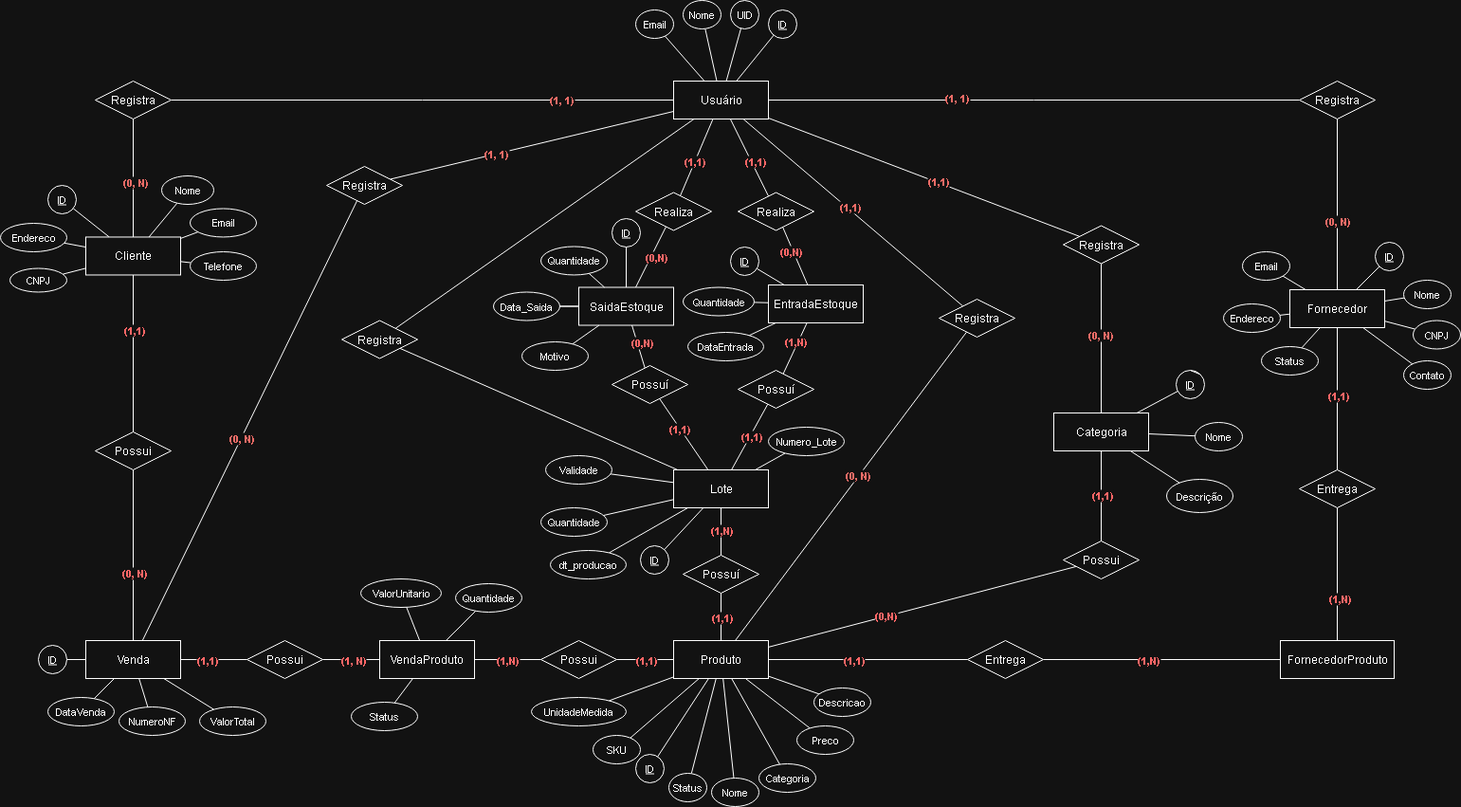
This is Docs/Modelagem/Modelagem Conceitual.png from FeMarquesSilva/ControleDeEstoque, a draw.io export, as it was before one commit. Source tidied: cells renumbered, new cells last; positions are measured from the earlier drawing's top-left corner, leaving out a move shared by most shapes.
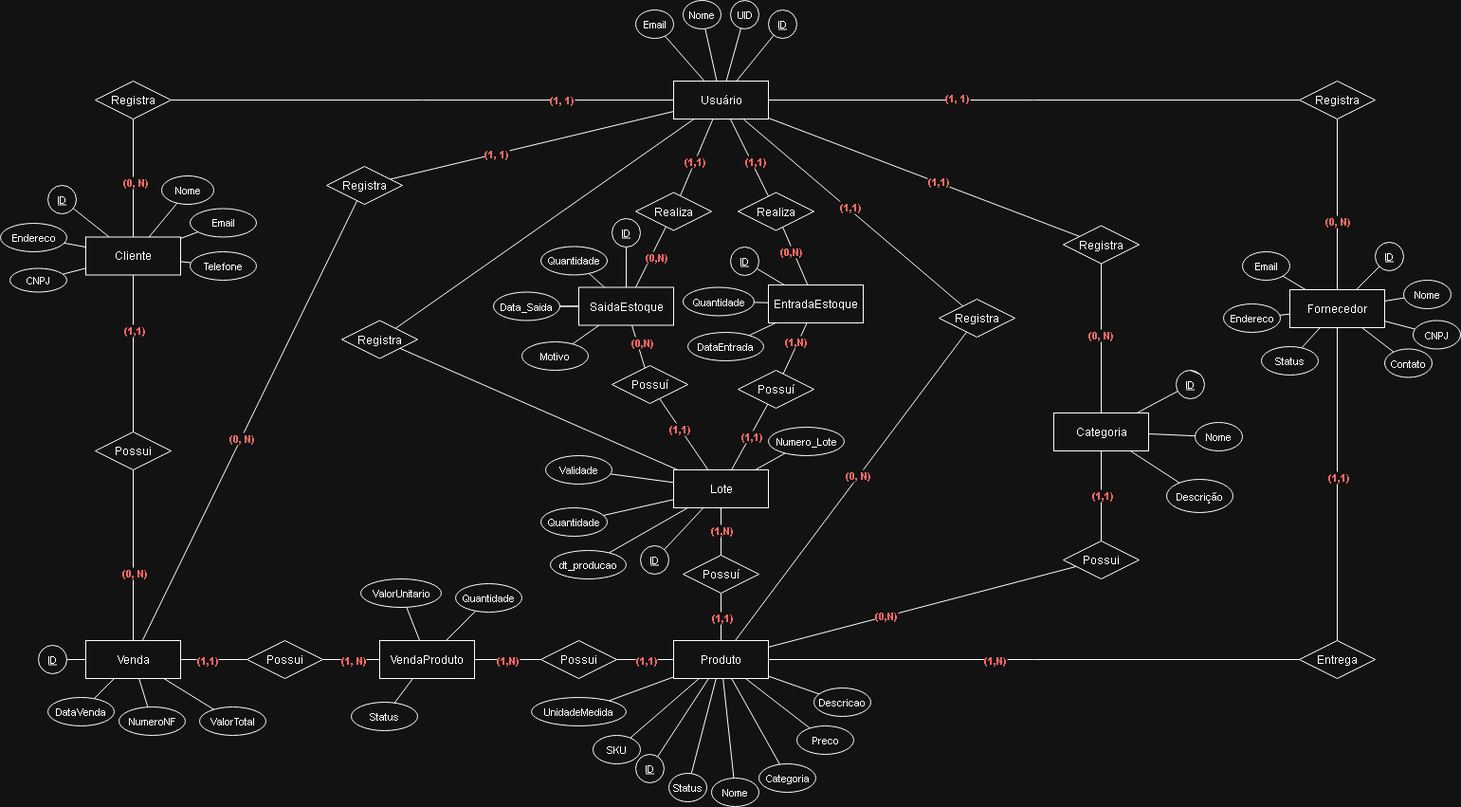
Above is the later version.

Diff of the diagram source:
```diff
@@ -37,10 +37,10 @@
     <mxCell id="12" value="&lt;b&gt;&lt;font style=&quot;color: light-dark(rgb(0, 0, 0), rgb(255, 102, 102));&quot;&gt;(1,1)&lt;/font&gt;&lt;/b&gt;" style="edgeLabel;html=1;align=center;verticalAlign=middle;fontFamily=Helvetica;fontSize=11;fontColor=default;labelBackgroundColor=default;" parent="11" vertex="1">
       <mxGeometry relative="1" as="geometry" />
     </mxCell>
-    <mxCell id="13" style="edgeStyle=none;shape=connector;rounded=0;jettySize=auto;html=1;strokeColor=default;align=center;verticalAlign=middle;fontFamily=Helvetica;fontSize=11;fontColor=default;labelBackgroundColor=default;endArrow=none;endFill=0;" parent="1" edge="1" source="18" target="176">
+    <mxCell id="13" style="edgeStyle=none;shape=connector;rounded=0;jettySize=auto;html=1;strokeColor=default;align=center;verticalAlign=middle;fontFamily=Helvetica;fontSize=11;fontColor=default;labelBackgroundColor=default;endArrow=none;endFill=0;" parent="1" edge="1" source="18" target="175">
       <mxGeometry relative="1" as="geometry" />
     </mxCell>
-    <mxCell id="14" value="&lt;b&gt;&lt;font style=&quot;color: light-dark(rgb(0, 0, 0), rgb(255, 102, 102));&quot;&gt;(1,1)&lt;/font&gt;&lt;/b&gt;" style="edgeLabel;html=1;align=center;verticalAlign=middle;fontFamily=Helvetica;fontSize=11;fontColor=default;labelBackgroundColor=default;" parent="13" vertex="1">
+    <mxCell id="14" value="&lt;b&gt;&lt;font style=&quot;color: light-dark(rgb(0, 0, 0), rgb(255, 102, 102));&quot;&gt;(1,N)&lt;/font&gt;&lt;/b&gt;" style="edgeLabel;html=1;align=center;verticalAlign=middle;fontFamily=Helvetica;fontSize=11;fontColor=default;labelBackgroundColor=default;" parent="13" vertex="1">
       <mxGeometry x="-0.15" relative="1" as="geometry" />
     </mxCell>
     <mxCell id="15" style="edgeStyle=none;shape=connector;rounded=0;jettySize=auto;html=1;strokeColor=default;align=center;verticalAlign=middle;fontFamily=Helvetica;fontSize=11;fontColor=default;labelBackgroundColor=default;endArrow=none;endFill=0;" parent="1" edge="1" source="18" target="180">
@@ -265,7 +265,7 @@
       <mxGeometry x="810" y="10" width="30" height="30" as="geometry" />
     </mxCell>
     <mxCell id="84" value="Contato" style="ellipse;whiteSpace=wrap;html=1;align=center;fontFamily=Helvetica;fontSize=11;fontColor=default;labelBackgroundColor=default;" parent="1" vertex="1">
-      <mxGeometry x="1480" y="380" width="50" height="30" as="geometry" />
+      <mxGeometry x="1460" y="367.5" width="50" height="30" as="geometry" />
     </mxCell>
     <mxCell id="85" value="ID" style="ellipse;whiteSpace=wrap;html=1;align=center;fontStyle=4;fontFamily=Helvetica;fontSize=11;fontColor=default;labelBackgroundColor=default;" parent="1" vertex="1">
       <mxGeometry x="675" y="575" width="30" height="30" as="geometry" />
@@ -534,27 +534,9 @@
     <mxCell id="169" value="Possuí" style="shape=rhombus;perimeter=rhombusPerimeter;whiteSpace=wrap;html=1;align=center;" parent="1" vertex="1">
       <mxGeometry x="720" y="585" width="80" height="40" as="geometry" />
     </mxCell>
-    <mxCell id="170" style="edgeStyle=none;shape=connector;rounded=0;jettySize=auto;html=1;strokeColor=default;align=center;verticalAlign=middle;fontFamily=Helvetica;fontSize=11;fontColor=default;labelBackgroundColor=default;endArrow=none;endFill=0;" parent="1" edge="1" source="172" target="176">
-      <mxGeometry relative="1" as="geometry" />
-    </mxCell>
-    <mxCell id="171" value="&lt;b&gt;&lt;font style=&quot;color: light-dark(rgb(0, 0, 0), rgb(255, 102, 102));&quot;&gt;(1,N)&lt;/font&gt;&lt;/b&gt;" style="edgeLabel;html=1;align=center;verticalAlign=middle;fontFamily=Helvetica;fontSize=11;fontColor=default;labelBackgroundColor=default;" parent="170" vertex="1">
-      <mxGeometry x="0.12" relative="1" as="geometry" />
-    </mxCell>
-    <mxCell id="172" value="FornecedorProduto" style="whiteSpace=wrap;html=1;align=center;" parent="1" vertex="1">
-      <mxGeometry x="1350" y="675" width="120" height="40" as="geometry" />
-    </mxCell>
-    <mxCell id="173" style="edgeStyle=none;shape=connector;rounded=0;jettySize=auto;html=1;strokeColor=default;align=center;verticalAlign=middle;fontFamily=Helvetica;fontSize=11;fontColor=default;labelBackgroundColor=default;endArrow=none;endFill=0;" parent="1" edge="1" source="175" target="172">
-      <mxGeometry relative="1" as="geometry" />
-    </mxCell>
-    <mxCell id="174" value="&lt;b&gt;&lt;font style=&quot;color: light-dark(rgb(0, 0, 0), rgb(255, 102, 102));&quot;&gt;(1,N)&lt;/font&gt;&lt;/b&gt;" style="edgeLabel;html=1;align=center;verticalAlign=middle;fontFamily=Helvetica;fontSize=11;fontColor=default;labelBackgroundColor=default;" parent="173" vertex="1">
-      <mxGeometry x="0.36" y="2" relative="1" as="geometry" />
-    </mxCell>
     <mxCell id="175" value="Entrega" style="shape=rhombus;perimeter=rhombusPerimeter;whiteSpace=wrap;html=1;align=center;" parent="1" vertex="1">
-      <mxGeometry x="1370" y="495" width="80" height="40" as="geometry" />
+      <mxGeometry x="1370" y="675" width="80" height="40" as="geometry" />
     </mxCell>
-    <mxCell id="176" value="Entrega" style="shape=rhombus;perimeter=rhombusPerimeter;whiteSpace=wrap;html=1;align=center;" parent="1" vertex="1">
-      <mxGeometry x="1020" y="675" width="80" height="40" as="geometry" />
-    </mxCell>
     <mxCell id="177" value="Possuí" style="shape=rhombus;perimeter=rhombusPerimeter;whiteSpace=wrap;html=1;align=center;" parent="1" vertex="1">
       <mxGeometry x="778" y="390" width="80" height="40" as="geometry" />
     </mxCell>
```
